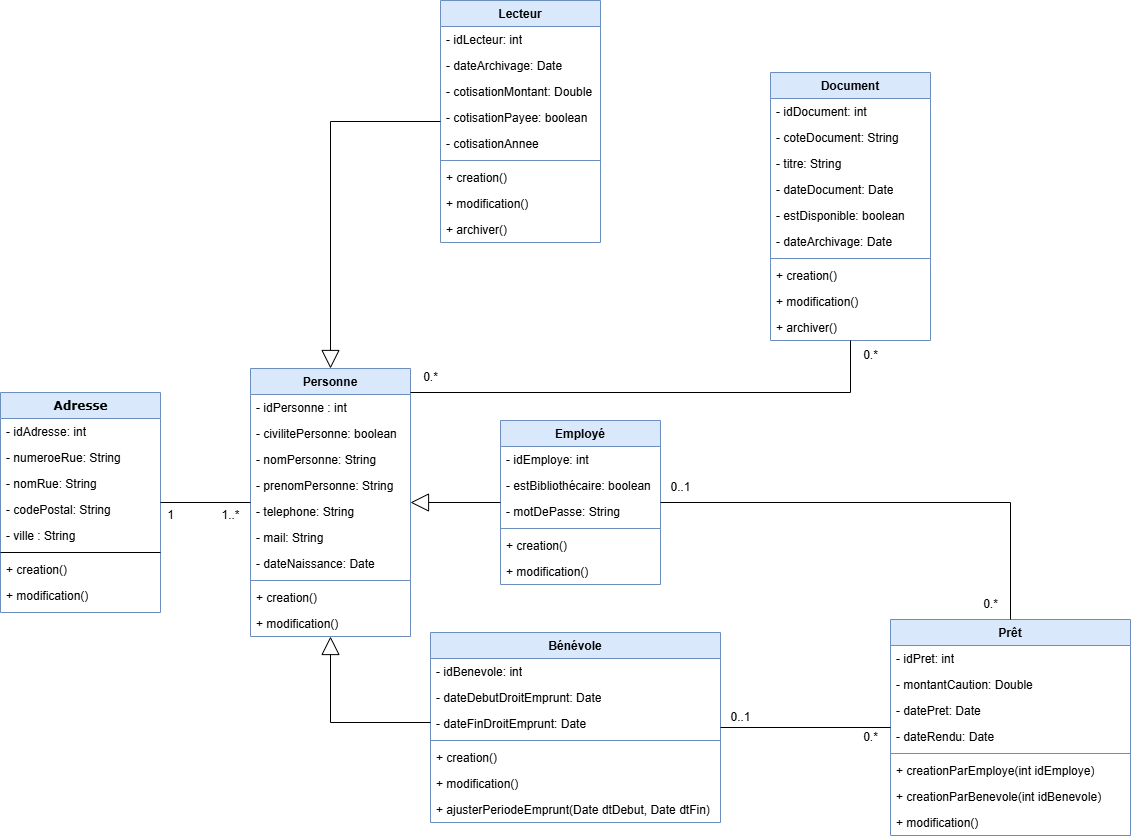
The draw.io diagram 6. Diagramme de classes.drawio.png in Fhurai/AFPA_CDA_Conception_nodev, before a commit. Source tidied: cells renumbered, new cells last; positions are measured from the earlier drawing's top-left corner, leaving out a move shared by most shapes.
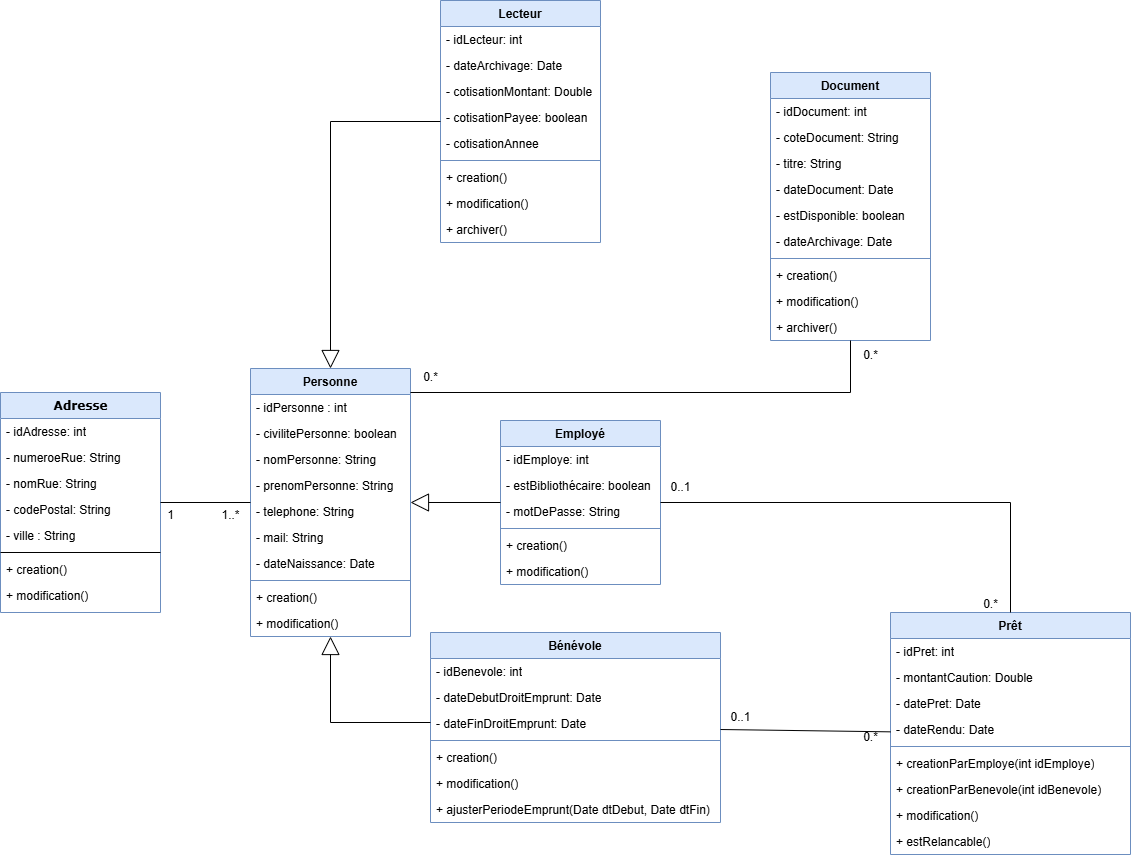
Later version of the same file.

Commit message:
Ajout d'une méthode "estRelancable" qui indique si le prêt doit être sujet de relance ou non. A utiliser dans un automate

The edit, as a diff of the source:
```diff
@@ -138,7 +138,7 @@
       <mxGeometry y="164" width="290" height="26" as="geometry" />
     </mxCell>
     <mxCell id="47" value="Prêt" style="swimlane;fontStyle=1;align=center;verticalAlign=top;horizontal=1;startSize=26;whiteSpace=wrap;html=1;fillColor=#dae8fc;strokeColor=#6c8ebf;" parent="1" vertex="1">
-      <mxGeometry x="890" y="619" width="240" height="216" as="geometry" />
+      <mxGeometry x="890" y="612" width="240" height="242" as="geometry" />
     </mxCell>
     <mxCell id="48" value="- idPret: int" style="text;strokeColor=none;fillColor=none;align=left;verticalAlign=top;spacingLeft=4;spacingRight=4;overflow=hidden;whiteSpace=wrap;html=1;" parent="47" vertex="1">
       <mxGeometry y="26" width="240" height="26" as="geometry" />
@@ -164,6 +164,9 @@
     <mxCell id="55" value="+ modification()" style="text;strokeColor=none;fillColor=none;align=left;verticalAlign=top;spacingLeft=4;spacingRight=4;overflow=hidden;whiteSpace=wrap;html=1;" parent="47" vertex="1">
       <mxGeometry y="190" width="240" height="26" as="geometry" />
     </mxCell>
+    <mxCell id="82" value="+ estRelancable()" style="text;strokeColor=none;fillColor=none;align=left;verticalAlign=top;spacingLeft=4;spacingRight=4;overflow=hidden;whiteSpace=wrap;html=1;" parent="47" vertex="1">
+      <mxGeometry y="216" width="240" height="26" as="geometry" />
+    </mxCell>
     <mxCell id="56" value="Document" style="swimlane;fontStyle=1;align=center;verticalAlign=top;horizontal=1;startSize=26;whiteSpace=wrap;html=1;fillColor=#dae8fc;strokeColor=#6c8ebf;" parent="1" vertex="1">
       <mxGeometry x="770" y="72" width="160" height="268" as="geometry" />
     </mxCell>
```
